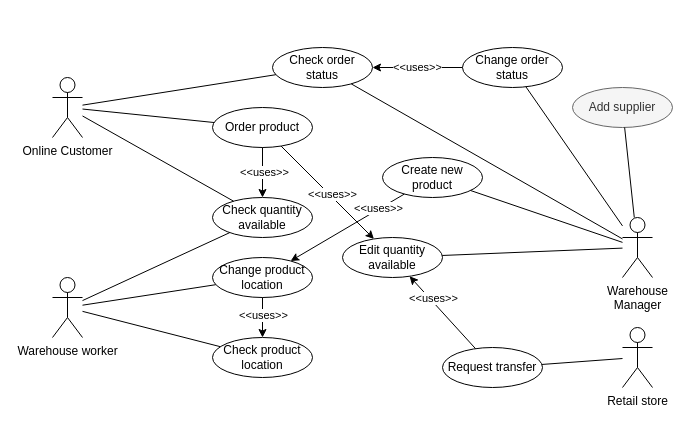
This is UML Version 1.drawio from kezutah/CSE-111-Databases-Project, a draw.io file, before an edit. Source tidied: cells renumbered, new cells numbered last; positions are measured from the earlier drawing's top-left corner, leaving out a move shared by most shapes. Both pictures are drawn from the tidied source at 100%, with x=0, y=0 at pixel (52, 47).
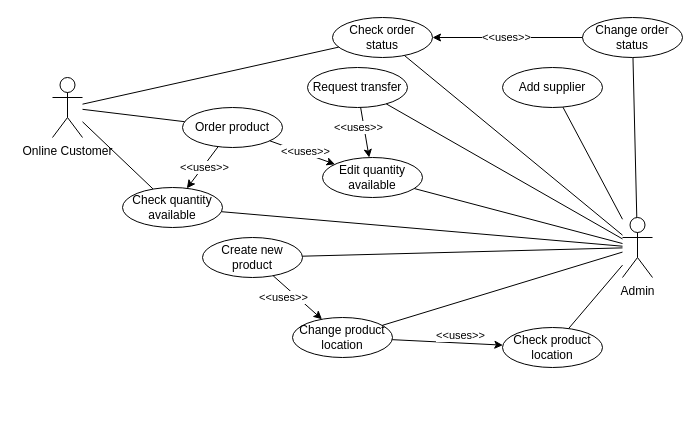
The same page after the edit.

The change refers to these unchanged cells:
```xml
<mxCell id="30" style="endArrow=classic;html=1;rounded=0;" parent="1" edge="1" source="28" target="9">
  <mxGeometry relative="1" as="geometry" />
</mxCell>
<mxCell id="38" style="endArrow=classic;html=1;rounded=0;" parent="1" edge="1" source="34" target="15">
  <mxGeometry relative="1" as="geometry" />
</mxCell>
```

Change to the diagram source:
```diff
@@
     <mxCell id="3" value="Order product" style="ellipse;whiteSpace=wrap;html=1;align=center;" parent="1" vertex="1">
-      <mxGeometry x="160" y="60" width="100" height="40" as="geometry" />
+      <mxGeometry x="130" y="60" width="100" height="40" as="geometry" />
     </mxCell>
     <mxCell id="4" value="Check quantity available" style="ellipse;whiteSpace=wrap;html=1;align=center;" parent="1" vertex="1">
-      <mxGeometry x="160" y="150" width="100" height="40" as="geometry" />
+      <mxGeometry x="70" y="140" width="100" height="40" as="geometry" />
     </mxCell>
@@
     <mxCell id="9" value="Edit quantity available" style="ellipse;whiteSpace=wrap;html=1;align=center;" parent="1" vertex="1">
-      <mxGeometry x="290" y="190" width="100" height="40" as="geometry" />
+      <mxGeometry x="270" y="110" width="100" height="40" as="geometry" />
     </mxCell>
-    <mxCell id="10" value="Warehouse worker" style="shape=umlActor;verticalLabelPosition=bottom;verticalAlign=top;html=1;outlineConnect=0;" parent="1" vertex="1">
-      <mxGeometry y="230" width="30" height="60" as="geometry" />
-    </mxCell>
-    <mxCell id="11" style="endArrow=none;html=1;rounded=0;" parent="1" edge="1" source="10" target="4">
+    <mxCell id="11" style="endArrow=none;html=1;rounded=0;" parent="1" edge="1" source="21" target="4">
       <mxGeometry relative="1" as="geometry" />
     </mxCell>
     <mxCell id="12" value="Check product location" style="ellipse;whiteSpace=wrap;html=1;align=center;" parent="1" vertex="1">
-      <mxGeometry x="160" y="290" width="100" height="40" as="geometry" />
+      <mxGeometry x="450" y="280" width="100" height="40" as="geometry" />
     </mxCell>
-    <mxCell id="13" style="endArrow=none;html=1;rounded=0;" parent="1" edge="1" source="10" target="12">
+    <mxCell id="13" style="endArrow=none;html=1;rounded=0;" parent="1" edge="1" source="21" target="12">
       <mxGeometry relative="1" as="geometry" />
     </mxCell>
-    <mxCell id="14" style="endArrow=none;html=1;rounded=0;" parent="1" edge="1" source="10" target="15">
+    <mxCell id="14" style="endArrow=none;html=1;rounded=0;" parent="1" edge="1" source="21" target="15">
       <mxGeometry relative="1" as="geometry" />
     </mxCell>
     <mxCell id="15" value="Change product location" style="ellipse;whiteSpace=wrap;html=1;align=center;" parent="1" vertex="1">
-      <mxGeometry x="160" y="210" width="100" height="40" as="geometry" />
+      <mxGeometry x="240" y="270" width="100" height="40" as="geometry" />
     </mxCell>
-    <mxCell id="16" style="endArrow=classic;html=1;rounded=0;exitX=0.5;exitY=1;exitDx=0;exitDy=0;" parent="1" edge="1" source="15" target="12">
+    <mxCell id="16" style="endArrow=classic;html=1;rounded=0;" parent="1" edge="1" source="15" target="12">
       <mxGeometry relative="1" as="geometry" />
     </mxCell>
     <mxCell id="17" value="&amp;lt;&amp;lt;uses&amp;gt;&amp;gt;" style="edgeLabel;html=1;align=center;verticalAlign=middle;" parent="16" vertex="1">
-      <mxGeometry x="-0.13" relative="1" as="geometry" />
+      <mxGeometry x="-0.13" relative="1" as="geometry">
+        <mxPoint x="20" y="-7" as="offset" />
+      </mxGeometry>
     </mxCell>
     <mxCell id="18" value="Check order status" style="ellipse;whiteSpace=wrap;html=1;align=center;" parent="1" vertex="1">
-      <mxGeometry x="220" width="100" height="40" as="geometry" />
+      <mxGeometry x="280" y="-30" width="100" height="40" as="geometry" />
     </mxCell>
@@
-    <mxCell id="21" value="Warehouse&lt;br&gt;Manager" style="shape=umlActor;verticalLabelPosition=bottom;verticalAlign=top;html=1;outlineConnect=0;" parent="1" vertex="1">
+    <mxCell id="21" value="Admin" style="shape=umlActor;verticalLabelPosition=bottom;verticalAlign=top;html=1;outlineConnect=0;" parent="1" vertex="1">
       <mxGeometry x="570" y="170" width="30" height="60" as="geometry" />
     </mxCell>
@@
     <mxCell id="23" value="Change order status" style="ellipse;whiteSpace=wrap;html=1;align=center;" parent="1" vertex="1">
-      <mxGeometry x="410" width="100" height="40" as="geometry" />
+      <mxGeometry x="530" y="-30" width="100" height="40" as="geometry" />
     </mxCell>
@@
-    <mxCell id="27" value="Retail store" style="shape=umlActor;verticalLabelPosition=bottom;verticalAlign=top;html=1;outlineConnect=0;" parent="1" vertex="1">
-      <mxGeometry x="570" y="280" width="30" height="60" as="geometry" />
-    </mxCell>
     <mxCell id="28" value="Request transfer" style="ellipse;whiteSpace=wrap;html=1;align=center;" parent="1" vertex="1">
-      <mxGeometry x="390" y="300" width="100" height="40" as="geometry" />
+      <mxGeometry x="255" y="20" width="100" height="40" as="geometry" />
     </mxCell>
-    <mxCell id="29" style="endArrow=none;html=1;rounded=0;" parent="1" edge="1" source="28" target="27">
+    <mxCell id="29" style="endArrow=none;html=1;rounded=0;" parent="1" edge="1" source="28" target="21">
       <mxGeometry relative="1" as="geometry" />
     </mxCell>
@@
     <mxCell id="31" value="&amp;lt;&amp;lt;uses&amp;gt;&amp;gt;" style="edgeLabel;html=1;align=center;verticalAlign=middle;" parent="30" vertex="1">
       <mxGeometry x="-0.03" relative="1" as="geometry">
-        <mxPoint x="-11" y="-16" as="offset" />
+        <mxPoint x="-7" y="-5" as="offset" />
       </mxGeometry>
     </mxCell>
-    <mxCell id="32" value="Add supplier" style="ellipse;whiteSpace=wrap;html=1;align=center;fillColor=#f5f5f5;fontColor=#333333;strokeColor=#666666;" parent="1" vertex="1">
-      <mxGeometry x="520" y="40" width="100" height="40" as="geometry" />
+    <mxCell id="32" value="Add supplier" style="ellipse;whiteSpace=wrap;html=1;align=center;" parent="1" vertex="1">
+      <mxGeometry x="450" y="20" width="100" height="40" as="geometry" />
     </mxCell>
@@
     <mxCell id="34" value="Create new product" style="ellipse;whiteSpace=wrap;html=1;align=center;" parent="1" vertex="1">
-      <mxGeometry x="330" y="110" width="100" height="40" as="geometry" />
+      <mxGeometry x="150" y="190" width="100" height="40" as="geometry" />
     </mxCell>
@@
     <mxCell id="39" value="&amp;lt;&amp;lt;uses&amp;gt;&amp;gt;" style="edgeLabel;html=1;align=center;verticalAlign=middle;" parent="38" vertex="1">
-      <mxGeometry x="-0.55" y="-1" relative="1" as="geometry" />
+      <mxGeometry x="-0.55" y="-1" relative="1" as="geometry">
+        <mxPoint x="-1" y="11" as="offset" />
+      </mxGeometry>
     </mxCell>
```
